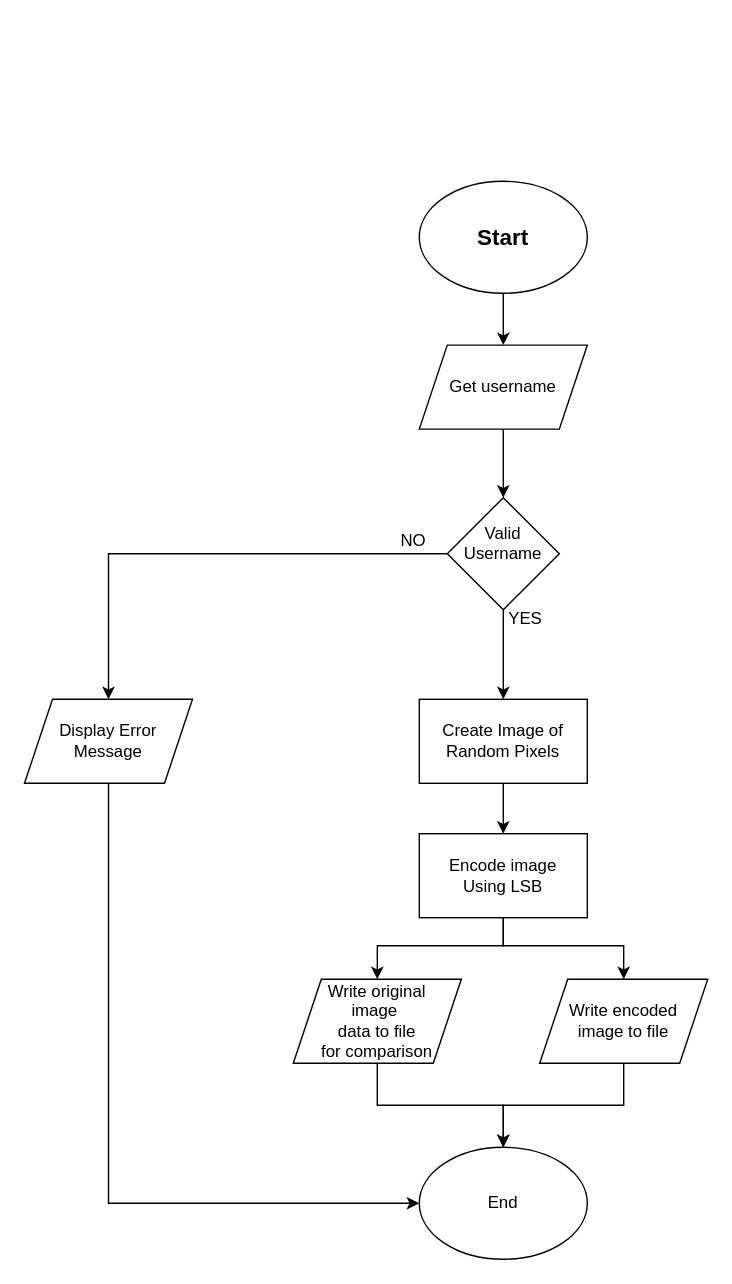
This is Flowcharts/LSB_Encoding_GS.drawio from zuhayrl/YODA_EEE4120F, a draw.io file, before an edit. Source tidied: cells renumbered, new cells numbered last; positions are measured from the earlier drawing's top-left corner, leaving out a move shared by most shapes. Both pictures are drawn from the tidied source at 140%, with x=0, y=0 at pixel (24, 181).
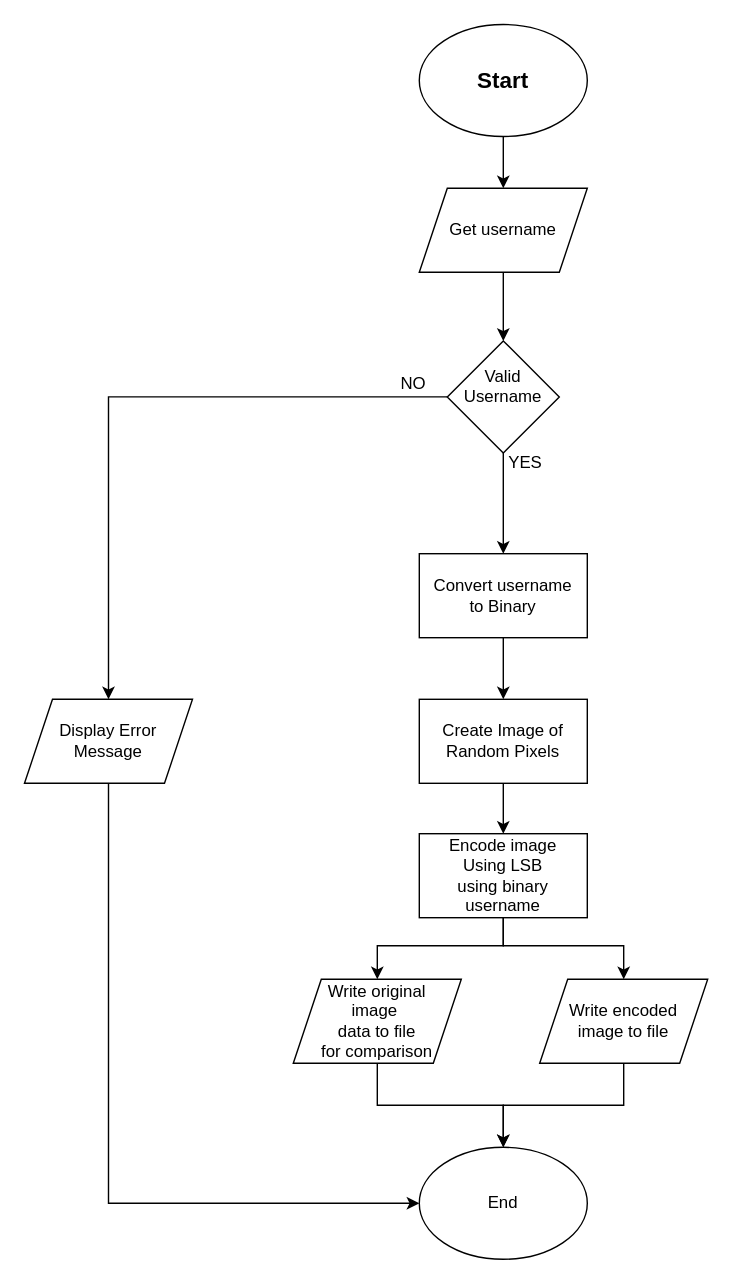
Above is the later version.

Unchanged cells that the change refers to:
```xml
<mxCell id="12" value="Create Image of Random Pixels" style="rounded=0;whiteSpace=wrap;html=1;" parent="1" vertex="1">
  <mxGeometry x="282" y="370" width="120" height="60" as="geometry" />
</mxCell>
```

What changed in the source:
```diff
@@
     <mxCell id="3" value="&lt;font style=&quot;font-size: 16px;&quot;&gt;&lt;b&gt;Start&lt;/b&gt;&lt;/font&gt;" style="ellipse;whiteSpace=wrap;html=1;" parent="1" vertex="1">
-      <mxGeometry x="282" width="120" height="80" as="geometry" />
+      <mxGeometry x="282" y="-112" width="120" height="80" as="geometry" />
     </mxCell>
@@
     <mxCell id="5" value="Get username" style="shape=parallelogram;perimeter=parallelogramPerimeter;whiteSpace=wrap;html=1;fixedSize=1;" parent="1" vertex="1">
-      <mxGeometry x="282" y="117" width="120" height="60" as="geometry" />
+      <mxGeometry x="282" y="5" width="120" height="60" as="geometry" />
     </mxCell>
@@
-    <mxCell id="9" style="edgeStyle=orthogonalEdgeStyle;rounded=0;jettySize=auto;html=1;entryX=0.5;entryY=0;entryDx=0;entryDy=0;" parent="1" edge="1" source="10" target="12">
-      <mxGeometry relative="1" as="geometry" />
-    </mxCell>
+    <mxCell id="23" style="edgeStyle=orthogonalEdgeStyle;rounded=0;jettySize=auto;html=1;entryX=0.5;entryY=0;entryDx=0;entryDy=0;" parent="1" edge="1" source="10" target="25">
+      <mxGeometry relative="1" as="geometry" />
+    </mxCell>
     <mxCell id="10" value="&lt;div&gt;Valid Username&lt;/div&gt;&lt;div&gt;&lt;br&gt;&lt;/div&gt;" style="rhombus;whiteSpace=wrap;html=1;" parent="1" vertex="1">
-      <mxGeometry x="302" y="226" width="80" height="80" as="geometry" />
+      <mxGeometry x="302" y="114" width="80" height="80" as="geometry" />
     </mxCell>
@@
-    <mxCell id="15" value="&lt;div&gt;Encode image &lt;br&gt;&lt;/div&gt;&lt;div&gt;Using LSB&lt;br&gt;&lt;/div&gt;" style="rounded=0;whiteSpace=wrap;html=1;" parent="1" vertex="1">
+    <mxCell id="15" value="&lt;div&gt;Encode image &lt;br&gt;&lt;/div&gt;&lt;div&gt;Using LSB&lt;/div&gt;&lt;div&gt;using binary username&lt;br&gt;&lt;/div&gt;" style="rounded=0;whiteSpace=wrap;html=1;" parent="1" vertex="1">
       <mxGeometry x="282" y="466" width="120" height="60" as="geometry" />
     </mxCell>
@@
     <mxCell id="21" value="NO" style="text;html=1;align=center;verticalAlign=middle;whiteSpace=wrap;rounded=0;" parent="1" vertex="1">
-      <mxGeometry x="248" y="242" width="60" height="30" as="geometry" />
+      <mxGeometry x="248" y="130" width="60" height="30" as="geometry" />
     </mxCell>
     <mxCell id="22" value="YES" style="text;html=1;align=center;verticalAlign=middle;whiteSpace=wrap;rounded=0;" parent="1" vertex="1">
-      <mxGeometry x="328" y="298" width="60" height="30" as="geometry" />
+      <mxGeometry x="328" y="186" width="60" height="30" as="geometry" />
     </mxCell>
+    <mxCell id="24" style="edgeStyle=orthogonalEdgeStyle;rounded=0;jettySize=auto;html=1;entryX=0.5;entryY=0;entryDx=0;entryDy=0;" parent="1" edge="1" source="25" target="12">
+      <mxGeometry relative="1" as="geometry" />
+    </mxCell>
+    <mxCell id="25" value="&lt;div&gt;Convert username&lt;/div&gt;&lt;div&gt;to Binary &lt;br&gt;&lt;/div&gt;" style="rounded=0;whiteSpace=wrap;html=1;" parent="1" vertex="1">
+      <mxGeometry x="282" y="266" width="120" height="60" as="geometry" />
+    </mxCell>
```
